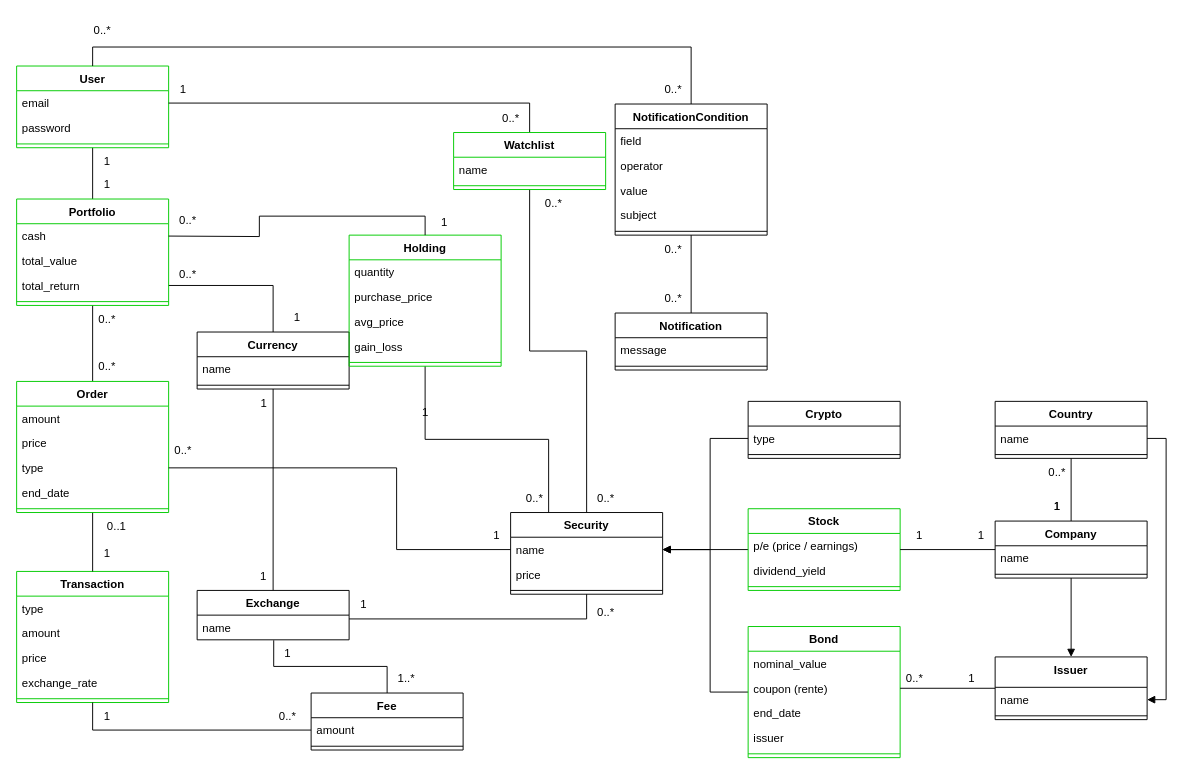
This is documentation/domain-model.drawio from Stonks-Beleggingsplatform/stonks, a draw.io file, before an edit. Source tidied: cells renumbered, new cells numbered last; positions are measured from the earlier drawing's top-left corner, leaving out a move shared by most shapes. Both pictures are drawn from the tidied source at 95%, with x=0, y=0 at pixel (16, 16).
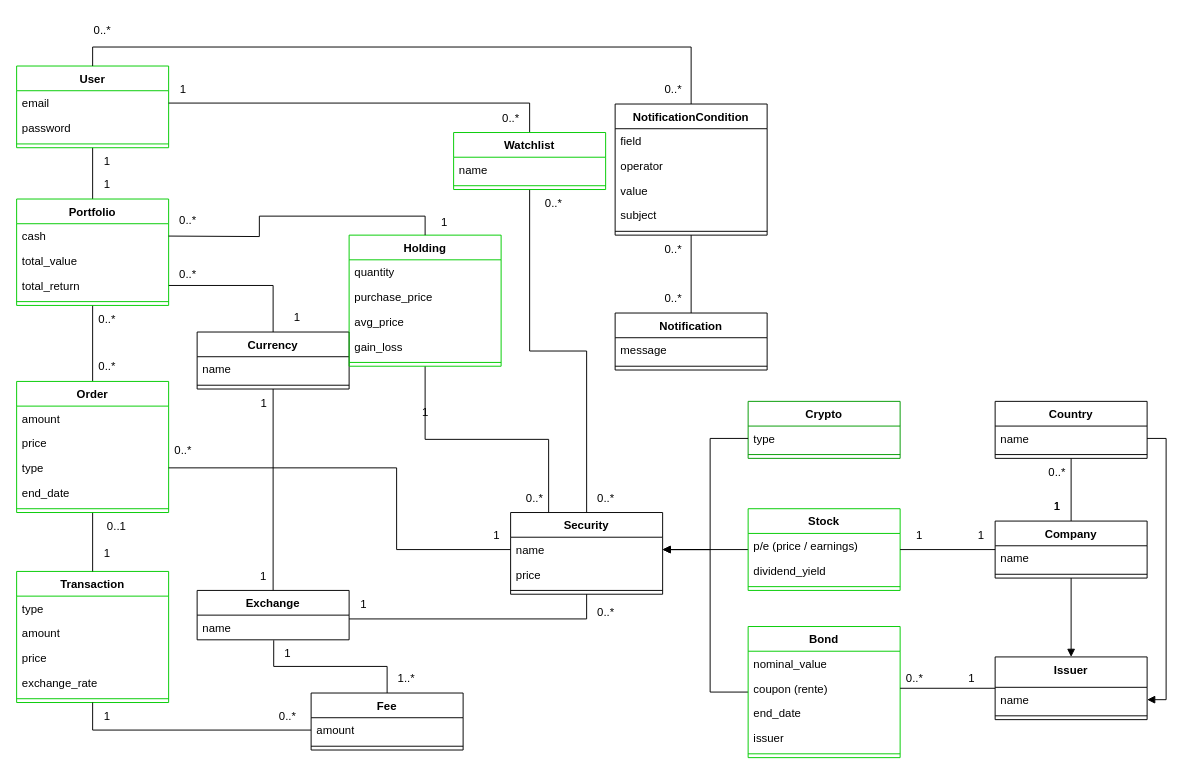
The same page after the edit.

Commit message (it also covers changes not shown here):
Add Crypto model, migration & factory

Change to the diagram source:
```diff
@@
-    <mxCell id="20" value="Crypto" style="swimlane;fontStyle=1;align=center;verticalAlign=top;horizontal=1;startSize=26;whiteSpace=wrap;html=1;" parent="1" vertex="1">
+    <mxCell id="20" value="Crypto" style="swimlane;fontStyle=1;align=center;verticalAlign=top;horizontal=1;startSize=26;whiteSpace=wrap;html=1;strokeColor=#009900;" parent="1" vertex="1">
       <mxGeometry x="770" y="405" width="160" height="60" as="geometry" />
     </mxCell>
```
